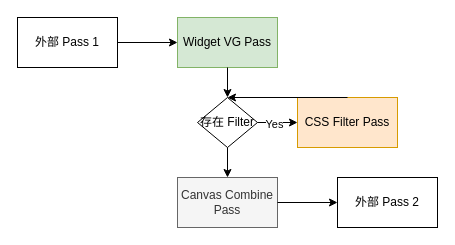
ChivenZhang/OpenUI keeps this draw.io diagram as page "渲染" (3 of 3) of Document/UML.drawio. Above is the earlier version. Source tidied: cells renumbered, new cells numbered last; positions are measured from the earlier drawing's top-left corner, leaving out a move shared by most shapes. Both pictures are drawn from the tidied source at 100%, with x=0, y=0 at pixel (17, 17).
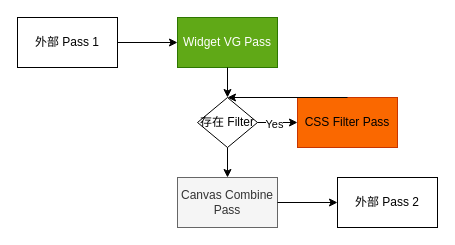
Above is the later version.

Diff of the diagram source:
```diff
@@
 <mxGraphModel>
   <root>
     <mxCell id="0" />
     <mxCell id="1" parent="0" />
     <mxCell id="2" value="外部 Pass 1" style="html=1;dashed=0;whiteSpace=wrap;" parent="1" vertex="1">
       <mxGeometry width="100" height="50" as="geometry" />
     </mxCell>
-    <mxCell id="3" value="Widget VG Pass" style="html=1;dashed=0;whiteSpace=wrap;fillColor=#d5e8d4;strokeColor=#82b366;" parent="1" vertex="1">
+    <mxCell id="3" value="Widget VG Pass" style="html=1;dashed=0;whiteSpace=wrap;fillColor=#60a917;strokeColor=#2D7600;fontColor=#ffffff;" parent="1" vertex="1">
       <mxGeometry x="160" width="100" height="50" as="geometry" />
     </mxCell>
     <mxCell id="4" style="endArrow=classic;html=1;" parent="1" edge="1" source="2" target="3">
       <mxGeometry relative="1" as="geometry" />
     </mxCell>
-    <mxCell id="5" value="CSS Filter Pass" style="html=1;dashed=0;whiteSpace=wrap;fillColor=#ffe6cc;strokeColor=#d79b00;" parent="1" vertex="1">
+    <mxCell id="5" value="CSS Filter Pass" style="html=1;dashed=0;whiteSpace=wrap;fillColor=#fa6800;strokeColor=#C73500;fontColor=#000000;" parent="1" vertex="1">
       <mxGeometry x="280" y="80" width="100" height="50" as="geometry" />
     </mxCell>
     <mxCell id="6" value="存在 Filter" style="shape=rhombus;html=1;dashed=0;whiteSpace=wrap;perimeter=rhombusPerimeter;" parent="1" vertex="1">
       <mxGeometry x="180" y="80" width="60" height="50" as="geometry" />
     </mxCell>
     <mxCell id="7" style="endArrow=classic;html=1;" parent="1" edge="1" source="6" target="5">
       <mxGeometry relative="1" as="geometry" />
     </mxCell>
     <mxCell id="8" value="Yes" style="edgeLabel;html=1;align=center;verticalAlign=middle;" parent="7" vertex="1">
       <mxGeometry x="-0.2" y="-1" relative="1" as="geometry" />
     </mxCell>
     <mxCell id="9" style="endArrow=classic;html=1;" parent="1" edge="1" source="3" target="6">
       <mxGeometry relative="1" as="geometry" />
     </mxCell>
     <mxCell id="10" value="Canvas Combine&lt;br&gt;Pass" style="html=1;dashed=0;whiteSpace=wrap;fillColor=#f5f5f5;fontColor=#333333;strokeColor=#666666;" parent="1" vertex="1">
       <mxGeometry x="160" y="160" width="100" height="50" as="geometry" />
     </mxCell>
     <mxCell id="11" style="endArrow=classic;html=1;" parent="1" edge="1" source="6" target="10">
       <mxGeometry relative="1" as="geometry" />
     </mxCell>
     <mxCell id="12" value="外部 Pass 2" style="html=1;dashed=0;whiteSpace=wrap;" parent="1" vertex="1">
       <mxGeometry x="320" y="160" width="100" height="50" as="geometry" />
     </mxCell>
     <mxCell id="13" style="endArrow=classic;html=1;" parent="1" edge="1" source="10" target="12">
       <mxGeometry relative="1" as="geometry" />
     </mxCell>
     <mxCell id="14" style="endArrow=classic;html=1;entryX=0.5;entryY=0;entryDx=0;entryDy=0;exitX=0.5;exitY=0;exitDx=0;exitDy=0;" parent="1" edge="1" source="5" target="6">
       <mxGeometry relative="1" as="geometry" />
     </mxCell>
   </root>
 </mxGraphModel>
```
